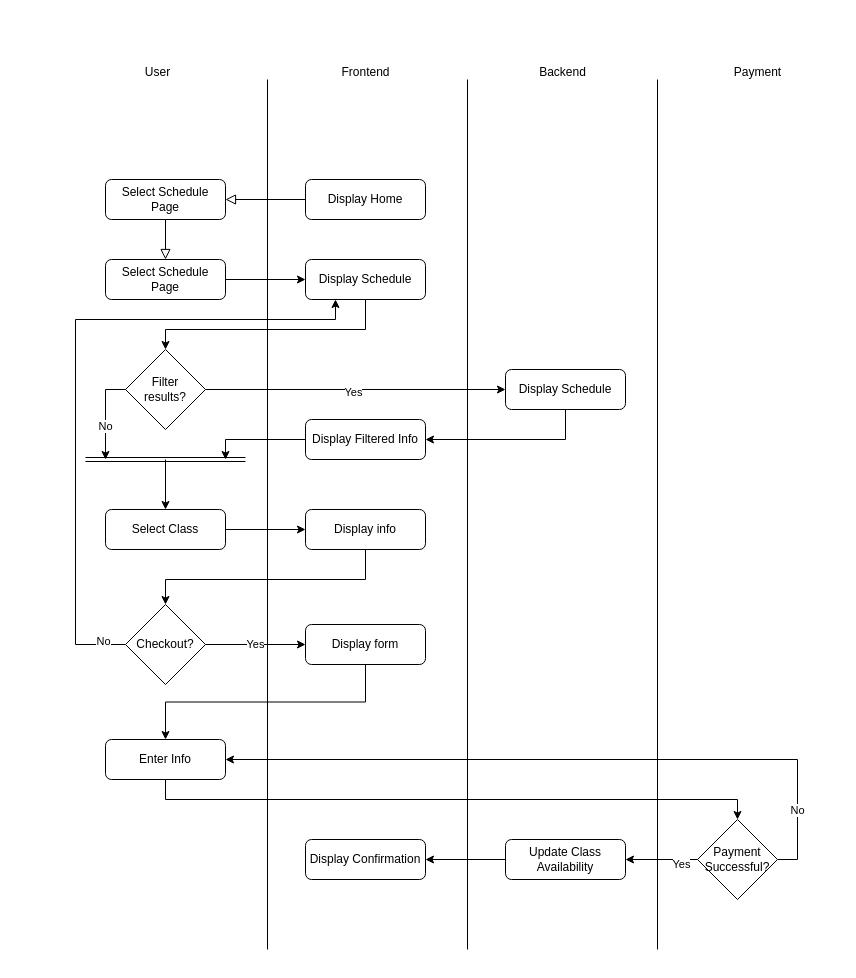
Earlier version of the draw.io diagram images/Untitled Diagram.drawio (alma-lutas/skills-introduction-to-github). Source tidied: cells renumbered, new cells numbered last; positions are measured from the earlier drawing's top-left corner, leaving out a move shared by most shapes. Both pictures are drawn from the tidied source at 100%, with x=0, y=0 at pixel (75, 57).
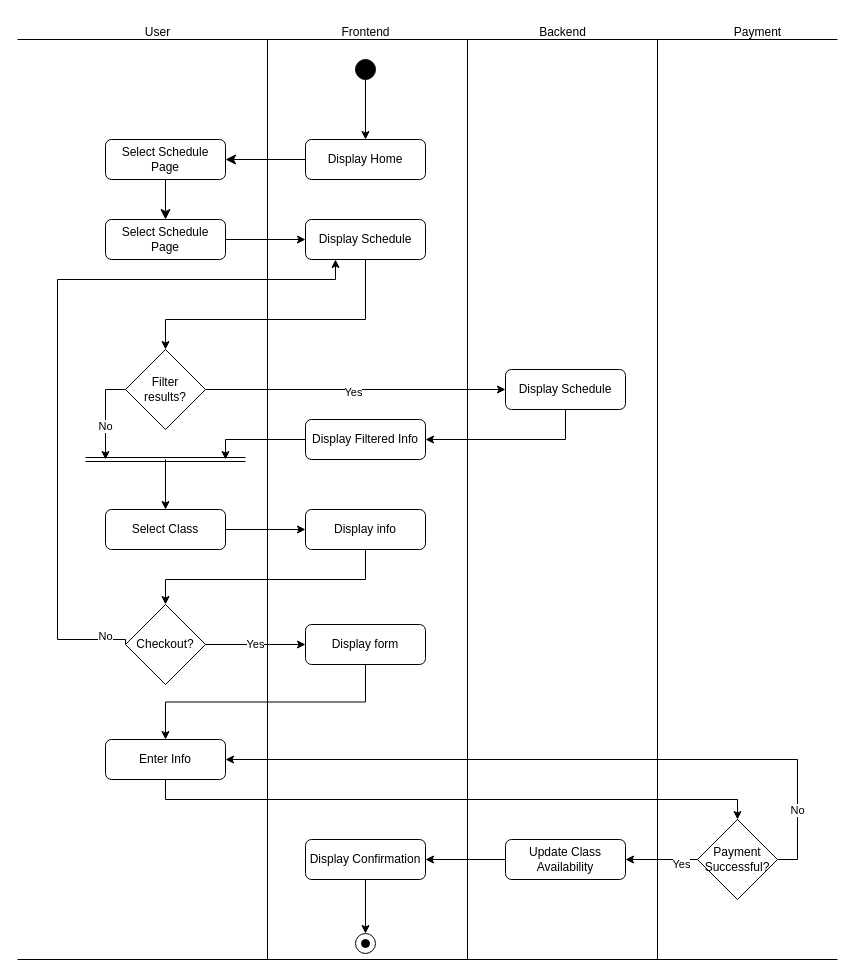
The same page after the edit.

The change refers to these unchanged cells:
```xml
<mxCell id="12" value="Filter&lt;div&gt;results?&lt;/div&gt;" style="rhombus;whiteSpace=wrap;html=1;" parent="1" vertex="1">
  <mxGeometry x="50" y="292" width="80" height="80" as="geometry" />
</mxCell>
<mxCell id="29" value="Checkout?" style="rhombus;whiteSpace=wrap;html=1;" parent="1" vertex="1">
  <mxGeometry x="50" y="547" width="80" height="80" as="geometry" />
</mxCell>
<mxCell id="43" value="Display Confirmation" style="rounded=1;whiteSpace=wrap;html=1;" parent="1" vertex="1">
  <mxGeometry x="230" y="782" width="120" height="40" as="geometry" />
</mxCell>
```

Change to the diagram source:
```diff
@@
-    <mxCell id="2" style="rounded=0;html=1;jettySize=auto;fontSize=11;endArrow=block;endFill=0;endSize=8;strokeWidth=1;shadow=0;labelBackgroundColor=none;edgeStyle=orthogonalEdgeStyle;entryX=0.5;entryY=0;entryDx=0;entryDy=0;" parent="1" edge="1" source="3" target="8">
+    <mxCell id="2" style="rounded=0;html=1;jettySize=auto;fontSize=11;endArrow=classic;endFill=1;endSize=8;strokeWidth=1;shadow=0;labelBackgroundColor=none;edgeStyle=orthogonalEdgeStyle;entryX=0.5;entryY=0;entryDx=0;entryDy=0;" parent="1" edge="1" source="3" target="8">
       <mxGeometry relative="1" as="geometry" />
     </mxCell>
     <mxCell id="3" value="Select Schedule Page" style="rounded=1;whiteSpace=wrap;html=1;fontSize=12;glass=0;strokeWidth=1;shadow=0;" parent="1" vertex="1">
-      <mxGeometry x="30" y="122" width="120" height="40" as="geometry" />
+      <mxGeometry x="30" y="82" width="120" height="40" as="geometry" />
     </mxCell>
     <mxCell id="4" style="endArrow=none;html=1;rounded=0;" parent="1" edge="1">
       <mxGeometry relative="1" as="geometry">
-        <mxPoint x="192" y="892" as="sourcePoint" />
-        <mxPoint x="192" y="22" as="targetPoint" />
+        <mxPoint x="192" y="902" as="sourcePoint" />
+        <mxPoint x="192" y="-18" as="targetPoint" />
       </mxGeometry>
     </mxCell>
     <mxCell id="5" value="Display Home" style="rounded=1;whiteSpace=wrap;html=1;fontSize=12;glass=0;strokeWidth=1;shadow=0;" parent="1" vertex="1">
-      <mxGeometry x="230" y="122" width="120" height="40" as="geometry" />
+      <mxGeometry x="230" y="82" width="120" height="40" as="geometry" />
     </mxCell>
-    <mxCell id="6" style="rounded=0;html=1;jettySize=auto;fontSize=11;endArrow=block;endFill=0;endSize=8;strokeWidth=1;shadow=0;labelBackgroundColor=none;edgeStyle=orthogonalEdgeStyle;entryX=1;entryY=0.5;entryDx=0;entryDy=0;" parent="1" edge="1" source="5" target="3">
+    <mxCell id="6" style="rounded=0;html=1;jettySize=auto;fontSize=11;endArrow=classic;endFill=1;endSize=8;strokeWidth=1;shadow=0;labelBackgroundColor=none;edgeStyle=orthogonalEdgeStyle;entryX=1;entryY=0.5;entryDx=0;entryDy=0;" parent="1" edge="1" source="5" target="3">
       <mxGeometry relative="1" as="geometry" />
     </mxCell>
@@
     <mxCell id="8" value="Select Schedule Page" style="rounded=1;whiteSpace=wrap;html=1;fontSize=12;glass=0;strokeWidth=1;shadow=0;" parent="1" vertex="1">
-      <mxGeometry x="30" y="202" width="120" height="40" as="geometry" />
+      <mxGeometry x="30" y="162" width="120" height="40" as="geometry" />
     </mxCell>
     <mxCell id="9" value="Display Schedule" style="rounded=1;whiteSpace=wrap;html=1;fontSize=12;glass=0;strokeWidth=1;shadow=0;" parent="1" vertex="1">
-      <mxGeometry x="230" y="202" width="120" height="40" as="geometry" />
+      <mxGeometry x="230" y="162" width="120" height="40" as="geometry" />
     </mxCell>
     <mxCell id="10" style="endArrow=none;html=1;rounded=0;" parent="1" edge="1">
       <mxGeometry relative="1" as="geometry">
-        <mxPoint x="392" y="892" as="sourcePoint" />
-        <mxPoint x="392" y="22" as="targetPoint" />
+        <mxPoint x="392" y="902" as="sourcePoint" />
+        <mxPoint x="392" y="-18" as="targetPoint" />
       </mxGeometry>
     </mxCell>
     <mxCell id="11" style="endArrow=none;html=1;rounded=0;" parent="1" edge="1">
       <mxGeometry relative="1" as="geometry">
-        <mxPoint x="582" y="892" as="sourcePoint" />
-        <mxPoint x="582" y="22" as="targetPoint" />
+        <mxPoint x="582" y="902" as="sourcePoint" />
+        <mxPoint x="582" y="-18" as="targetPoint" />
       </mxGeometry>
     </mxCell>
@@
     <mxCell id="13" style="endArrow=classic;html=1;rounded=0;entryX=0.5;entryY=0;entryDx=0;entryDy=0;exitX=0.5;exitY=1;exitDx=0;exitDy=0;" parent="1" edge="1" source="9" target="12">
       <mxGeometry relative="1" as="geometry">
         <Array as="points">
-          <mxPoint x="290" y="272" />
-          <mxPoint x="90" y="272" />
+          <mxPoint x="290" y="262" />
+          <mxPoint x="90" y="262" />
         </Array>
       </mxGeometry>
     </mxCell>
@@
     <mxCell id="27" style="edgeStyle=orthogonalEdgeStyle;rounded=0;jettySize=auto;html=1;exitX=0;exitY=0.5;exitDx=0;exitDy=0;" parent="1" edge="1" source="29">
       <mxGeometry relative="1" as="geometry">
-        <mxPoint x="260" y="242" as="targetPoint" />
+        <mxPoint x="260" y="202" as="targetPoint" />
         <Array as="points">
-          <mxPoint y="587" />
-          <mxPoint y="262" />
-          <mxPoint x="260" y="262" />
+          <mxPoint x="50" y="582" />
+          <mxPoint x="-18" y="582" />
+          <mxPoint x="-18" y="222" />
+          <mxPoint x="260" y="222" />
         </Array>
       </mxGeometry>
     </mxCell>
@@
+    <mxCell id="48" style="edgeStyle=orthogonalEdgeStyle;rounded=0;jettySize=auto;html=1;exitX=0.5;exitY=1;exitDx=0;exitDy=0;entryX=0.5;entryY=0;entryDx=0;entryDy=0;" parent="1" edge="1" source="43" target="51">
+      <mxGeometry relative="1" as="geometry" />
+    </mxCell>
@@
     <mxCell id="44" value="User" style="text;html=1;align=center;verticalAlign=middle;strokeColor=none;fillColor=none;" parent="1" vertex="1">
-      <mxGeometry x="57" width="50" height="30" as="geometry" />
+      <mxGeometry x="57" y="-40" width="50" height="30" as="geometry" />
     </mxCell>
     <mxCell id="45" value="Frontend" style="text;html=1;align=center;verticalAlign=middle;strokeColor=none;fillColor=none;" parent="1" vertex="1">
-      <mxGeometry x="255" width="70" height="30" as="geometry" />
+      <mxGeometry x="255" y="-40" width="70" height="30" as="geometry" />
     </mxCell>
     <mxCell id="46" value="Backend" style="text;html=1;align=center;verticalAlign=middle;strokeColor=none;fillColor=none;" parent="1" vertex="1">
-      <mxGeometry x="452" width="70" height="30" as="geometry" />
+      <mxGeometry x="452" y="-40" width="70" height="30" as="geometry" />
     </mxCell>
     <mxCell id="47" value="Payment" style="text;html=1;align=center;verticalAlign=middle;strokeColor=none;fillColor=none;" parent="1" vertex="1">
-      <mxGeometry x="647" width="70" height="30" as="geometry" />
+      <mxGeometry x="647" y="-40" width="70" height="30" as="geometry" />
     </mxCell>
+    <mxCell id="49" style="edgeStyle=orthogonalEdgeStyle;rounded=0;jettySize=auto;html=1;exitX=0.5;exitY=1;exitDx=0;exitDy=0;entryX=0.5;entryY=0;entryDx=0;entryDy=0;" parent="1" edge="1" source="50" target="5">
+      <mxGeometry relative="1" as="geometry" />
+    </mxCell>
+    <mxCell id="50" style="ellipse;whiteSpace=wrap;html=1;fillColor=#000000;" parent="1" vertex="1">
+      <mxGeometry x="280" y="2" width="20" height="20" as="geometry" />
+    </mxCell>
+    <mxCell id="51" style="ellipse;whiteSpace=wrap;html=1;fillColor=none;" parent="1" vertex="1">
+      <mxGeometry x="280" y="876" width="20" height="20" as="geometry" />
+    </mxCell>
+    <mxCell id="52" style="ellipse;whiteSpace=wrap;html=1;fillColor=#000000;" parent="1" vertex="1">
+      <mxGeometry x="286" y="882" width="8" height="8" as="geometry" />
+    </mxCell>
+    <mxCell id="53" style="endArrow=none;html=1;rounded=0;" parent="1" edge="1">
+      <mxGeometry relative="1" as="geometry">
+        <mxPoint x="-58" y="-18" as="sourcePoint" />
+        <mxPoint x="762" y="-18" as="targetPoint" />
+      </mxGeometry>
+    </mxCell>
+    <mxCell id="54" style="endArrow=none;html=1;rounded=0;" parent="1" edge="1">
+      <mxGeometry relative="1" as="geometry">
+        <mxPoint x="-58" y="902" as="sourcePoint" />
+        <mxPoint x="762" y="902" as="targetPoint" />
+      </mxGeometry>
+    </mxCell>
```
